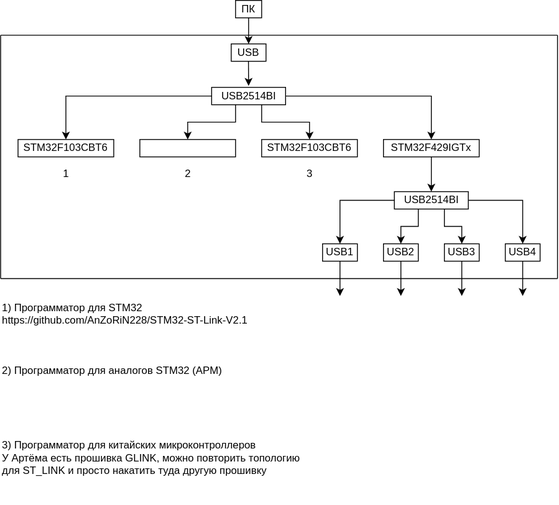
This is Блок схема.svg from Andrianov-Daniil/Block_Diagram, a draw.io export, as it was before one commit. Source tidied: cells renumbered, new cells last; positions are measured from the earlier drawing's top-left corner, leaving out a move shared by most shapes.
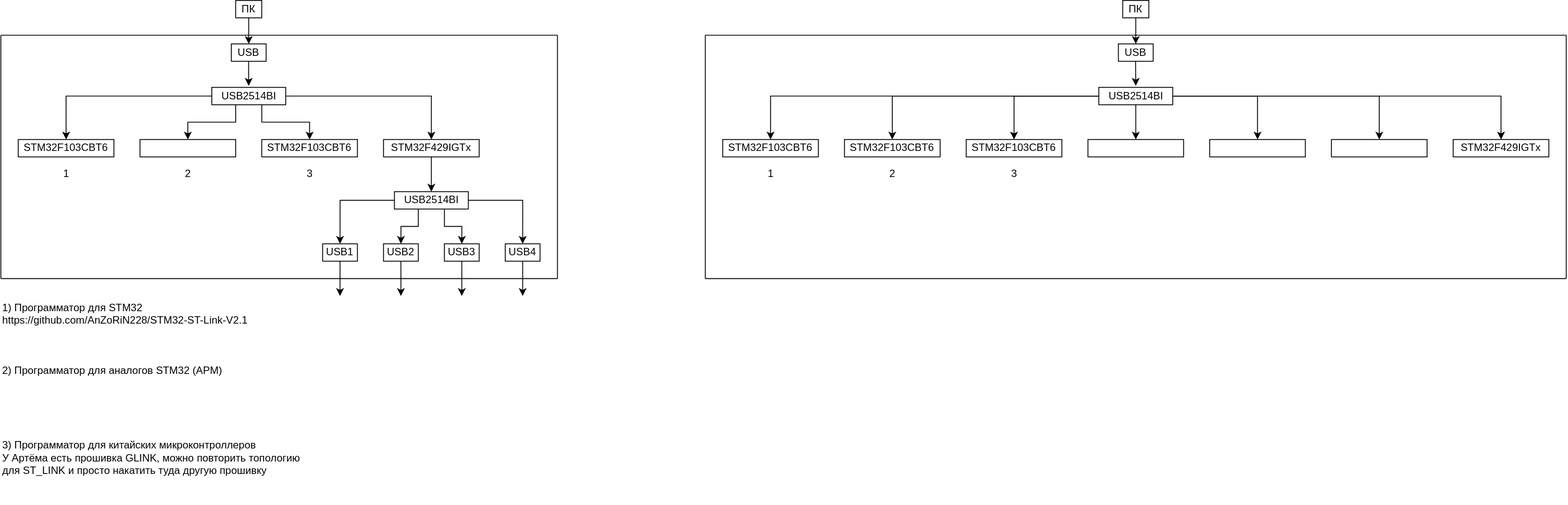
Above is the later version.

What changed in the source:
```diff
@@ -149,5 +149,99 @@
         <mxPoint x="640" y="40" as="targetPoint" />
       </mxGeometry>
     </mxCell>
+    <mxCell id="37" style="edgeStyle=orthogonalEdgeStyle;rounded=0;jettySize=auto;html=1;entryX=0.5;entryY=0;entryDx=0;entryDy=0;" parent="1" edge="1" source="38" target="39">
+      <mxGeometry relative="1" as="geometry" />
+    </mxCell>
+    <mxCell id="38" value="ПК" style="rounded=0;whiteSpace=wrap;html=1;" parent="1" vertex="1">
+      <mxGeometry x="1290" width="30" height="20" as="geometry" />
+    </mxCell>
+    <mxCell id="39" value="USB" style="rounded=0;whiteSpace=wrap;html=1;" parent="1" vertex="1">
+      <mxGeometry x="1285" y="50" width="40" height="20" as="geometry" />
+    </mxCell>
+    <mxCell id="40" style="edgeStyle=orthogonalEdgeStyle;rounded=0;jettySize=auto;html=1;entryX=0.5;entryY=0;entryDx=0;entryDy=0;" parent="1" edge="1" source="47" target="49">
+      <mxGeometry relative="1" as="geometry" />
+    </mxCell>
+    <mxCell id="41" style="edgeStyle=orthogonalEdgeStyle;rounded=0;jettySize=auto;html=1;entryX=0.5;entryY=0;entryDx=0;entryDy=0;" parent="1" edge="1" source="47" target="57">
+      <mxGeometry relative="1" as="geometry" />
+    </mxCell>
+    <mxCell id="42" style="edgeStyle=orthogonalEdgeStyle;rounded=0;jettySize=auto;html=1;entryX=0.5;entryY=0;entryDx=0;entryDy=0;" parent="1" edge="1" source="47" target="58">
+      <mxGeometry relative="1" as="geometry" />
+    </mxCell>
+    <mxCell id="43" style="edgeStyle=orthogonalEdgeStyle;rounded=0;jettySize=auto;html=1;entryX=0.5;entryY=0;entryDx=0;entryDy=0;" parent="1" edge="1" source="47" target="60">
+      <mxGeometry relative="1" as="geometry" />
+    </mxCell>
+    <mxCell id="44" style="edgeStyle=orthogonalEdgeStyle;rounded=0;jettySize=auto;html=1;entryX=0.5;entryY=0;entryDx=0;entryDy=0;" parent="1" edge="1" source="47" target="61">
+      <mxGeometry relative="1" as="geometry" />
+    </mxCell>
+    <mxCell id="45" style="edgeStyle=orthogonalEdgeStyle;rounded=0;jettySize=auto;html=1;entryX=0.5;entryY=0;entryDx=0;entryDy=0;" parent="1" edge="1" source="47" target="62">
+      <mxGeometry relative="1" as="geometry" />
+    </mxCell>
+    <mxCell id="46" style="edgeStyle=orthogonalEdgeStyle;rounded=0;jettySize=auto;html=1;entryX=0.5;entryY=0;entryDx=0;entryDy=0;" parent="1" edge="1" source="47">
+      <mxGeometry relative="1" as="geometry">
+        <mxPoint x="1725" y="160" as="targetPoint" />
+      </mxGeometry>
+    </mxCell>
+    <mxCell id="47" value="USB2514BI" style="rounded=0;whiteSpace=wrap;html=1;" parent="1" vertex="1">
+      <mxGeometry x="1262.5" y="100" width="85" height="20" as="geometry" />
+    </mxCell>
+    <mxCell id="48" style="edgeStyle=orthogonalEdgeStyle;rounded=0;jettySize=auto;html=1;entryX=0.5;entryY=-0.089;entryDx=0;entryDy=0;entryPerimeter=0;" parent="1" edge="1" target="47">
+      <mxGeometry relative="1" as="geometry">
+        <mxPoint x="1304.8" y="70" as="sourcePoint" />
+      </mxGeometry>
+    </mxCell>
+    <mxCell id="49" value="STM32F103CBT6" style="rounded=0;whiteSpace=wrap;html=1;" parent="1" vertex="1">
+      <mxGeometry x="830" y="160" width="110" height="20" as="geometry" />
+    </mxCell>
+    <mxCell id="50" value="1" style="text;html=1;whiteSpace=wrap;strokeColor=none;fillColor=none;align=center;verticalAlign=middle;rounded=0;" parent="1" vertex="1">
+      <mxGeometry x="877.5" y="190" width="15" height="20" as="geometry" />
+    </mxCell>
+    <mxCell id="51" value="2" style="text;html=1;whiteSpace=wrap;strokeColor=none;fillColor=none;align=center;verticalAlign=middle;rounded=0;" parent="1" vertex="1">
+      <mxGeometry x="1017.5" y="190" width="15" height="20" as="geometry" />
+    </mxCell>
+    <mxCell id="52" style="endArrow=none;html=1;rounded=0;" parent="1" edge="1">
+      <mxGeometry relative="1" as="geometry">
+        <mxPoint x="810" y="320" as="sourcePoint" />
+        <mxPoint x="810" y="40" as="targetPoint" />
+      </mxGeometry>
+    </mxCell>
+    <mxCell id="53" style="endArrow=none;html=1;rounded=0;" parent="1" edge="1">
+      <mxGeometry relative="1" as="geometry">
+        <mxPoint x="810" y="40" as="sourcePoint" />
+        <mxPoint x="1800" y="40" as="targetPoint" />
+      </mxGeometry>
+    </mxCell>
+    <mxCell id="54" style="endArrow=none;html=1;rounded=0;" parent="1" edge="1">
+      <mxGeometry relative="1" as="geometry">
+        <mxPoint x="810" y="320" as="sourcePoint" />
+        <mxPoint x="1800" y="320" as="targetPoint" />
+      </mxGeometry>
+    </mxCell>
+    <mxCell id="55" style="endArrow=none;html=1;rounded=0;" parent="1" edge="1">
+      <mxGeometry relative="1" as="geometry">
+        <mxPoint x="1800" y="320" as="sourcePoint" />
+        <mxPoint x="1800" y="40" as="targetPoint" />
+      </mxGeometry>
+    </mxCell>
+    <mxCell id="56" value="STM32F429IGTx" style="rounded=0;whiteSpace=wrap;html=1;" parent="1" vertex="1">
+      <mxGeometry x="1670" y="160" width="110" height="20" as="geometry" />
+    </mxCell>
+    <mxCell id="57" value="STM32F103CBT6" style="rounded=0;whiteSpace=wrap;html=1;" parent="1" vertex="1">
+      <mxGeometry x="970" y="160" width="110" height="20" as="geometry" />
+    </mxCell>
+    <mxCell id="58" value="STM32F103CBT6" style="rounded=0;whiteSpace=wrap;html=1;" parent="1" vertex="1">
+      <mxGeometry x="1110" y="160" width="110" height="20" as="geometry" />
+    </mxCell>
+    <mxCell id="59" value="3" style="text;html=1;whiteSpace=wrap;strokeColor=none;fillColor=none;align=center;verticalAlign=middle;rounded=0;" parent="1" vertex="1">
+      <mxGeometry x="1157.5" y="190" width="15" height="20" as="geometry" />
+    </mxCell>
+    <mxCell id="60" style="rounded=0;whiteSpace=wrap;html=1;" parent="1" vertex="1">
+      <mxGeometry x="1250" y="160" width="110" height="20" as="geometry" />
+    </mxCell>
+    <mxCell id="61" style="rounded=0;whiteSpace=wrap;html=1;" parent="1" vertex="1">
+      <mxGeometry x="1390" y="160" width="110" height="20" as="geometry" />
+    </mxCell>
+    <mxCell id="62" style="rounded=0;whiteSpace=wrap;html=1;" parent="1" vertex="1">
+      <mxGeometry x="1530" y="160" width="110" height="20" as="geometry" />
+    </mxCell>
   </root>
 </mxGraphModel>
```
